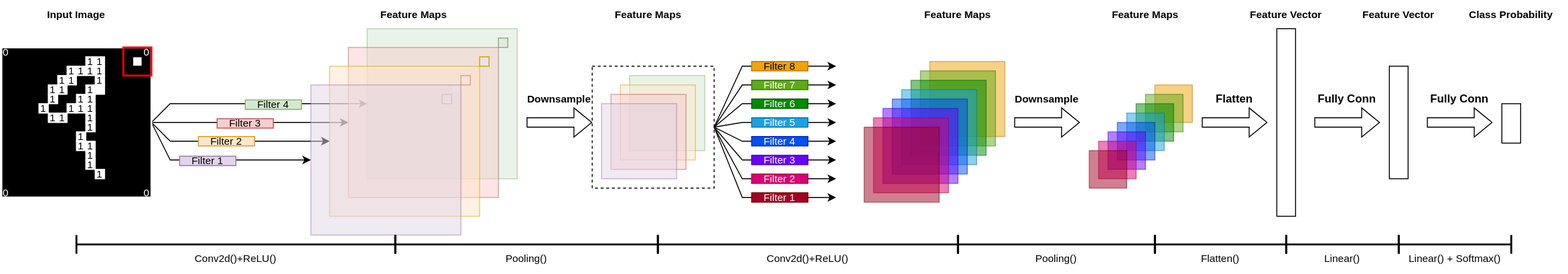
This is End-to-end CNN.svg from yyhtbs-yye/course_images, a draw.io export, as it was before one commit. Source tidied: cells renumbered, new cells last; positions are measured from the earlier drawing's top-left corner, leaving out a move shared by most shapes.
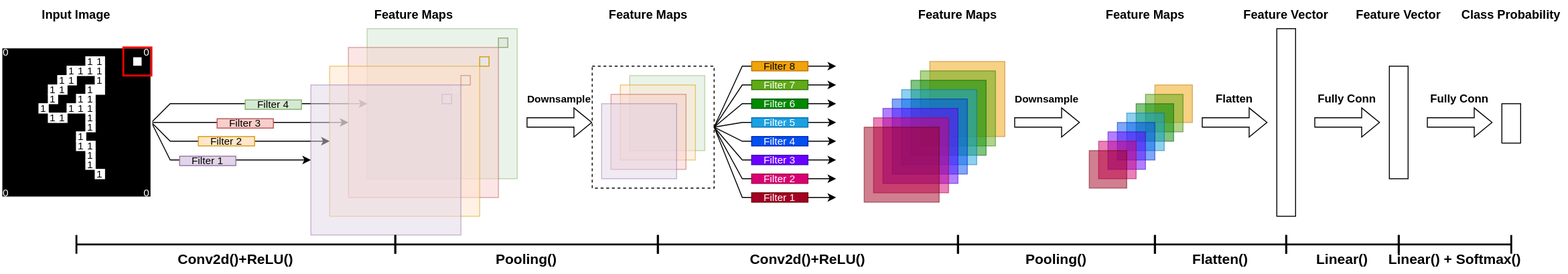
The same diagram one commit later.

What changed in the source:
```diff
@@ -411,49 +411,49 @@
     <mxCell id="115" style="shape=crossbar;whiteSpace=wrap;html=1;rounded=1;strokeColor=default;strokeWidth=2;fontSize=11;fillColor=none;" parent="1" vertex="1">
       <mxGeometry x="1490" y="250" width="120" height="20" as="geometry" />
     </mxCell>
-    <mxCell id="116" value="Conv2d()+ReLU()" style="text;html=1;strokeColor=none;fillColor=none;align=center;verticalAlign=middle;whiteSpace=wrap;rounded=0;fontSize=11;" parent="1" vertex="1">
+    <mxCell id="116" value="Conv2d()+ReLU()" style="text;html=1;strokeColor=none;fillColor=none;align=center;verticalAlign=middle;whiteSpace=wrap;rounded=0;fontSize=15;fontStyle=1;" parent="1" vertex="1">
       <mxGeometry x="80" y="260" width="340" height="30" as="geometry" />
     </mxCell>
-    <mxCell id="117" value="Pooling()" style="text;html=1;strokeColor=none;fillColor=none;align=center;verticalAlign=middle;whiteSpace=wrap;rounded=0;fontSize=11;" parent="1" vertex="1">
+    <mxCell id="117" value="Pooling()" style="text;html=1;strokeColor=none;fillColor=none;align=center;verticalAlign=middle;whiteSpace=wrap;rounded=0;fontSize=15;fontStyle=1;" parent="1" vertex="1">
       <mxGeometry x="420" y="260" width="280" height="30" as="geometry" />
     </mxCell>
-    <mxCell id="118" value="Conv2d()+ReLU()" style="text;html=1;strokeColor=none;fillColor=none;align=center;verticalAlign=middle;whiteSpace=wrap;rounded=0;fontSize=11;" parent="1" vertex="1">
+    <mxCell id="118" value="Conv2d()+ReLU()" style="text;html=1;strokeColor=none;fillColor=none;align=center;verticalAlign=middle;whiteSpace=wrap;rounded=0;fontSize=15;fontStyle=1;" parent="1" vertex="1">
       <mxGeometry x="700" y="260" width="320" height="30" as="geometry" />
     </mxCell>
-    <mxCell id="119" value="Pooling()" style="text;html=1;strokeColor=none;fillColor=none;align=center;verticalAlign=middle;whiteSpace=wrap;rounded=0;fontSize=11;" parent="1" vertex="1">
+    <mxCell id="119" value="Pooling()" style="text;html=1;strokeColor=none;fillColor=none;align=center;verticalAlign=middle;whiteSpace=wrap;rounded=0;fontSize=15;fontStyle=1;" parent="1" vertex="1">
       <mxGeometry x="1020" y="260" width="210" height="30" as="geometry" />
     </mxCell>
-    <mxCell id="120" value="Flatten()" style="text;html=1;strokeColor=none;fillColor=none;align=center;verticalAlign=middle;whiteSpace=wrap;rounded=0;fontSize=11;" parent="1" vertex="1">
+    <mxCell id="120" value="Flatten()" style="text;html=1;strokeColor=none;fillColor=none;align=center;verticalAlign=middle;whiteSpace=wrap;rounded=0;fontSize=15;fontStyle=1;" parent="1" vertex="1">
       <mxGeometry x="1230" y="260" width="140" height="30" as="geometry" />
     </mxCell>
-    <mxCell id="121" value="Linear()" style="text;html=1;strokeColor=none;fillColor=none;align=center;verticalAlign=middle;whiteSpace=wrap;rounded=0;fontSize=11;" parent="1" vertex="1">
+    <mxCell id="121" value="Linear()" style="text;html=1;strokeColor=none;fillColor=none;align=center;verticalAlign=middle;whiteSpace=wrap;rounded=0;fontSize=15;fontStyle=1;" parent="1" vertex="1">
       <mxGeometry x="1370" y="260" width="120" height="30" as="geometry" />
     </mxCell>
-    <mxCell id="122" value="Linear() + Softmax()" style="text;html=1;strokeColor=none;fillColor=none;align=center;verticalAlign=middle;whiteSpace=wrap;rounded=0;fontSize=11;" parent="1" vertex="1">
-      <mxGeometry x="1490" y="260" width="120" height="30" as="geometry" />
+    <mxCell id="122" value="Linear() + Softmax()" style="text;html=1;strokeColor=none;fillColor=none;align=center;verticalAlign=middle;whiteSpace=wrap;rounded=0;fontSize=15;fontStyle=1;" parent="1" vertex="1">
+      <mxGeometry x="1470" y="260" width="160" height="30" as="geometry" />
     </mxCell>
-    <mxCell id="123" value="Input Image" style="text;html=1;strokeColor=none;fillColor=none;align=center;verticalAlign=middle;whiteSpace=wrap;rounded=0;fontSize=11;fontStyle=1;" parent="1" vertex="1">
+    <mxCell id="123" value="Input Image" style="text;html=1;strokeColor=none;fillColor=none;align=center;verticalAlign=middle;whiteSpace=wrap;rounded=0;fontSize=13;fontStyle=1;" parent="1" vertex="1">
       <mxGeometry x="20" width="120" height="30" as="geometry" />
     </mxCell>
-    <mxCell id="124" value="Feature Maps" style="text;html=1;strokeColor=none;fillColor=none;align=center;verticalAlign=middle;whiteSpace=wrap;rounded=0;fontSize=11;fontStyle=1;" parent="1" vertex="1">
+    <mxCell id="124" value="Feature Maps" style="text;html=1;strokeColor=none;fillColor=none;align=center;verticalAlign=middle;whiteSpace=wrap;rounded=0;fontSize=13;fontStyle=1;" parent="1" vertex="1">
       <mxGeometry x="380" width="120" height="30" as="geometry" />
     </mxCell>
-    <mxCell id="125" value="Feature Maps" style="text;html=1;strokeColor=none;fillColor=none;align=center;verticalAlign=middle;whiteSpace=wrap;rounded=0;fontSize=11;fontStyle=1;" parent="1" vertex="1">
+    <mxCell id="125" value="Feature Maps" style="text;html=1;strokeColor=none;fillColor=none;align=center;verticalAlign=middle;whiteSpace=wrap;rounded=0;fontSize=13;fontStyle=1;" parent="1" vertex="1">
       <mxGeometry x="630" width="120" height="30" as="geometry" />
     </mxCell>
-    <mxCell id="126" value="Feature Maps" style="text;html=1;strokeColor=none;fillColor=none;align=center;verticalAlign=middle;whiteSpace=wrap;rounded=0;fontSize=11;fontStyle=1;" parent="1" vertex="1">
+    <mxCell id="126" value="Feature Maps" style="text;html=1;strokeColor=none;fillColor=none;align=center;verticalAlign=middle;whiteSpace=wrap;rounded=0;fontSize=13;fontStyle=1;" parent="1" vertex="1">
       <mxGeometry x="960" width="120" height="30" as="geometry" />
     </mxCell>
-    <mxCell id="127" value="Feature Maps" style="text;html=1;strokeColor=none;fillColor=none;align=center;verticalAlign=middle;whiteSpace=wrap;rounded=0;fontSize=11;fontStyle=1;" parent="1" vertex="1">
+    <mxCell id="127" value="Feature Maps" style="text;html=1;strokeColor=none;fillColor=none;align=center;verticalAlign=middle;whiteSpace=wrap;rounded=0;fontSize=13;fontStyle=1;" parent="1" vertex="1">
       <mxGeometry x="1160" width="120" height="30" as="geometry" />
     </mxCell>
-    <mxCell id="128" value="Feature Vector" style="text;html=1;strokeColor=none;fillColor=none;align=center;verticalAlign=middle;whiteSpace=wrap;rounded=0;fontSize=11;fontStyle=1;" parent="1" vertex="1">
+    <mxCell id="128" value="Feature Vector" style="text;html=1;strokeColor=none;fillColor=none;align=center;verticalAlign=middle;whiteSpace=wrap;rounded=0;fontSize=13;fontStyle=1;" parent="1" vertex="1">
       <mxGeometry x="1310" width="120" height="30" as="geometry" />
     </mxCell>
-    <mxCell id="129" value="Feature Vector" style="text;html=1;strokeColor=none;fillColor=none;align=center;verticalAlign=middle;whiteSpace=wrap;rounded=0;fontSize=11;fontStyle=1;" parent="1" vertex="1">
+    <mxCell id="129" value="Feature Vector" style="text;html=1;strokeColor=none;fillColor=none;align=center;verticalAlign=middle;whiteSpace=wrap;rounded=0;fontSize=13;fontStyle=1;" parent="1" vertex="1">
       <mxGeometry x="1430" width="120" height="30" as="geometry" />
     </mxCell>
-    <mxCell id="130" value="Class Probability" style="text;html=1;strokeColor=none;fillColor=none;align=center;verticalAlign=middle;whiteSpace=wrap;rounded=0;fontSize=11;fontStyle=1;" parent="1" vertex="1">
+    <mxCell id="130" value="Class Probability" style="text;html=1;strokeColor=none;fillColor=none;align=center;verticalAlign=middle;whiteSpace=wrap;rounded=0;fontSize=13;fontStyle=1;" parent="1" vertex="1">
       <mxGeometry x="1550" width="120" height="30" as="geometry" />
     </mxCell>
   </root>
```
